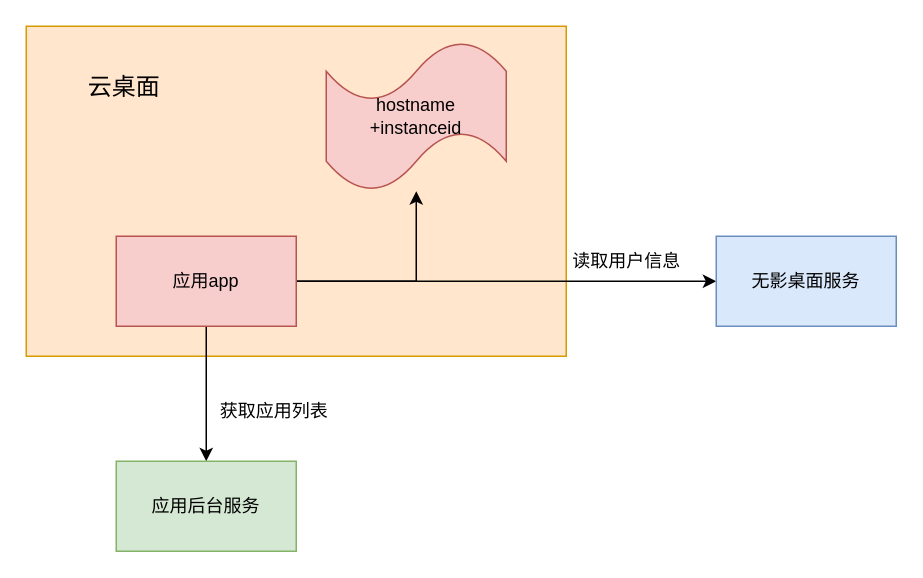
This is dmuser.drawio from chenkangzeng/appstreaming, a draw.io file, before an edit. Source tidied: cells renumbered, new cells numbered last; positions are measured from the earlier drawing's top-left corner, leaving out a move shared by most shapes. Both pictures are drawn from the tidied source at 150%, with x=0, y=0 at pixel (26, 26).
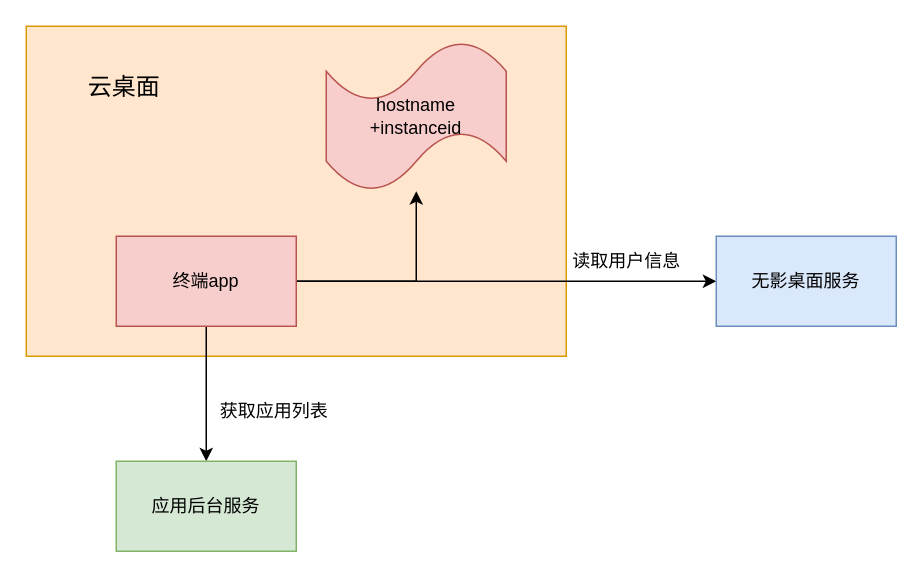
The same diagram, later.

The edit, as a diff of the source:
```diff
@@
 <mxGraphModel>
   <root>
     <mxCell id="0" />
     <mxCell id="1" parent="0" />
     <mxCell id="2" style="rounded=0;whiteSpace=wrap;html=1;fillColor=#ffe6cc;strokeColor=#d79b00;" parent="1" vertex="1">
       <mxGeometry width="360" height="220" as="geometry" />
     </mxCell>
     <mxCell id="3" style="edgeStyle=orthogonalEdgeStyle;rounded=0;jettySize=auto;html=1;" parent="1" edge="1" source="6" target="7">
       <mxGeometry relative="1" as="geometry" />
     </mxCell>
     <mxCell id="4" style="edgeStyle=orthogonalEdgeStyle;rounded=0;jettySize=auto;html=1;" parent="1" edge="1" source="6" target="8">
       <mxGeometry relative="1" as="geometry" />
     </mxCell>
     <mxCell id="5" style="edgeStyle=orthogonalEdgeStyle;rounded=0;jettySize=auto;html=1;" parent="1" edge="1" source="6" target="9">
       <mxGeometry relative="1" as="geometry" />
     </mxCell>
-    <mxCell id="6" value="应用app" style="rounded=0;whiteSpace=wrap;html=1;fillColor=#f8cecc;strokeColor=#b85450;" parent="1" vertex="1">
+    <mxCell id="6" value="终端app" style="rounded=0;whiteSpace=wrap;html=1;fillColor=#f8cecc;strokeColor=#b85450;" parent="1" vertex="1">
       <mxGeometry x="60" y="140" width="120" height="60" as="geometry" />
     </mxCell>
     <mxCell id="7" value="hostname&lt;br&gt;+instanceid" style="shape=tape;whiteSpace=wrap;html=1;fillColor=#f8cecc;strokeColor=#b85450;" parent="1" vertex="1">
       <mxGeometry x="200" y="10" width="120" height="100" as="geometry" />
     </mxCell>
     <mxCell id="8" value="无影桌面服务" style="whiteSpace=wrap;html=1;rounded=0;fillColor=#dae8fc;strokeColor=#6c8ebf;" parent="1" vertex="1">
       <mxGeometry x="460" y="140" width="120" height="60" as="geometry" />
     </mxCell>
     <mxCell id="9" value="应用后台服务" style="rounded=0;whiteSpace=wrap;html=1;fillColor=#d5e8d4;strokeColor=#82b366;" parent="1" vertex="1">
       <mxGeometry x="60" y="290" width="120" height="60" as="geometry" />
     </mxCell>
     <mxCell id="10" value="云桌面" style="text;html=1;align=center;verticalAlign=middle;strokeColor=none;fontSize=16;" parent="1" vertex="1">
       <mxGeometry x="35" y="30" width="60" height="20" as="geometry" />
     </mxCell>
     <mxCell id="11" value="&lt;font style=&quot;font-size: 12px&quot;&gt;获取应用列表&lt;/font&gt;" style="text;html=1;align=center;verticalAlign=middle;strokeColor=none;fontSize=16;" parent="1" vertex="1">
       <mxGeometry x="120" y="240" width="90" height="30" as="geometry" />
     </mxCell>
     <mxCell id="12" value="&lt;font style=&quot;font-size: 12px&quot;&gt;读取用户信息&lt;/font&gt;" style="text;html=1;align=center;verticalAlign=middle;strokeColor=none;fontSize=16;" parent="1" vertex="1">
       <mxGeometry x="355" y="140" width="90" height="30" as="geometry" />
     </mxCell>
   </root>
 </mxGraphModel>
```
